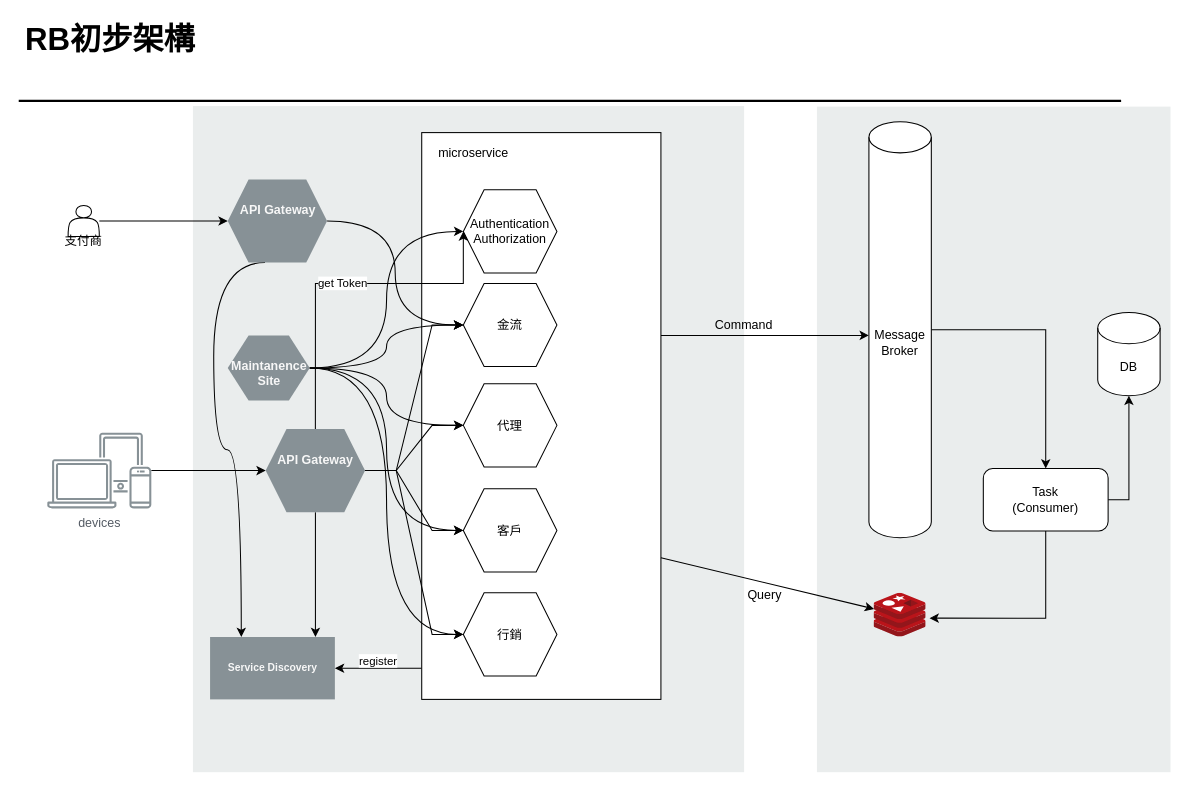
Above: Untitled Diagram.drawio in vuittonatehsn/Instruction (draw.io), before the change. Source tidied: cells renumbered, new cells numbered last; positions are measured from the earlier drawing's top-left corner, leaving out a move shared by most shapes. Both pictures are drawn from the tidied source at 104%, with x=0, y=0 at pixel (18, 17).
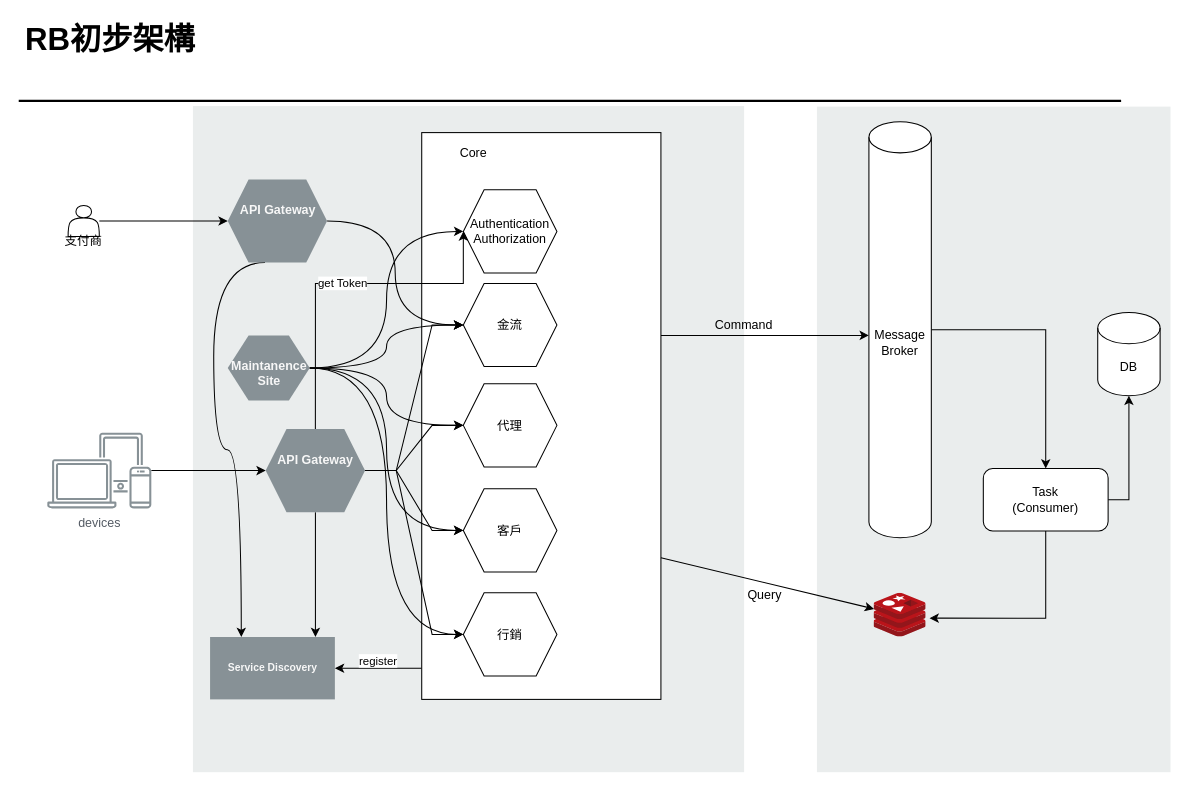
The same diagram, later.

What changed in the source:
```diff
@@
-    <mxCell id="24" value="microservice" style="text;html=1;strokeColor=none;fillColor=none;align=center;verticalAlign=middle;whiteSpace=wrap;rounded=0;" parent="1" vertex="1">
+    <mxCell id="24" value="Core" style="text;html=1;strokeColor=none;fillColor=none;align=center;verticalAlign=middle;whiteSpace=wrap;rounded=0;" parent="1" vertex="1">
       <mxGeometry x="418" y="120.5" width="40" height="20" as="geometry" />
     </mxCell>
```
